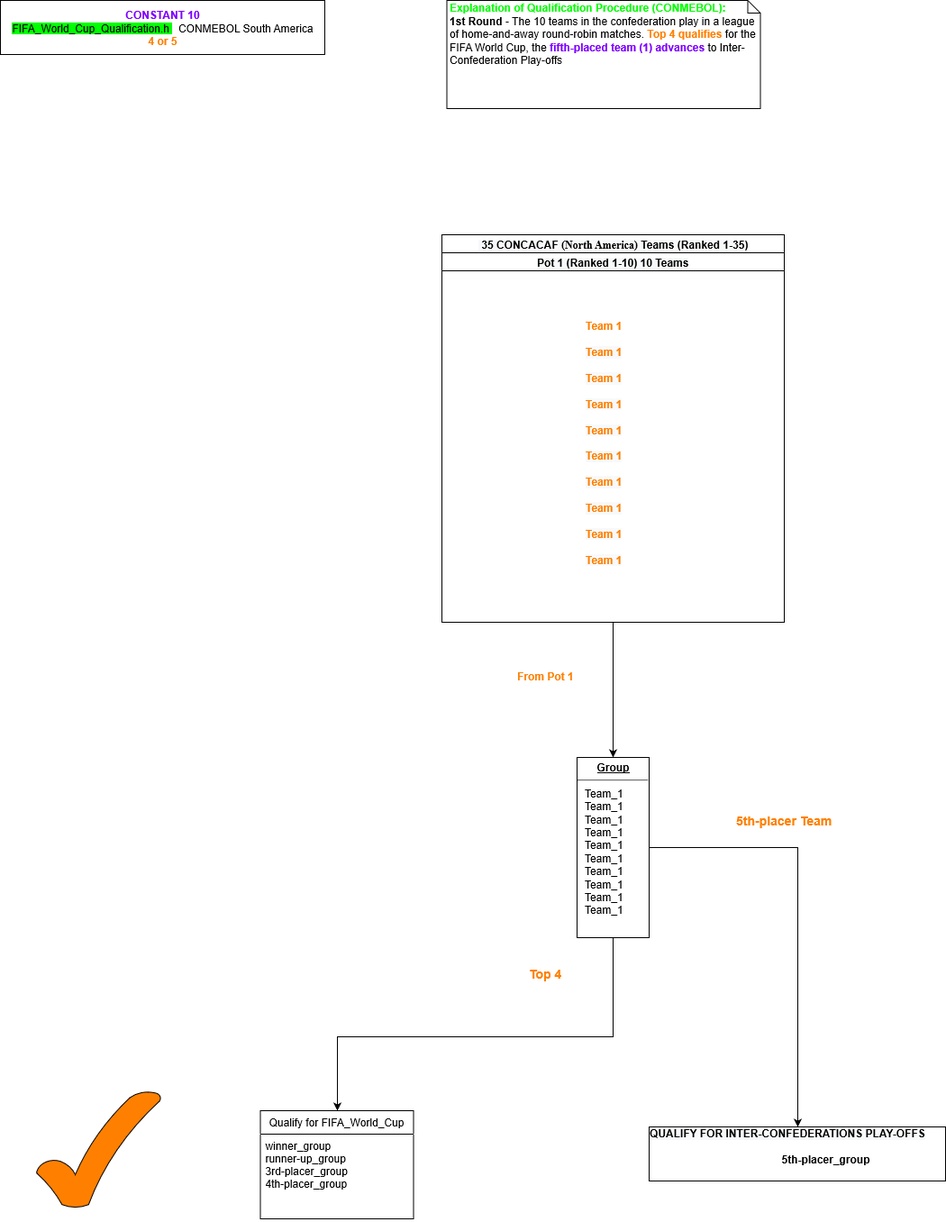
Before: Desing/League.h-FIFA_World_Cup_Qualification CONMEBOL (South America).png, a diagram exported from draw.io (narekzamanyan97/League). Source tidied: cells renumbered, new cells last; positions are measured from the earlier drawing's top-left corner, leaving out a move shared by most shapes.
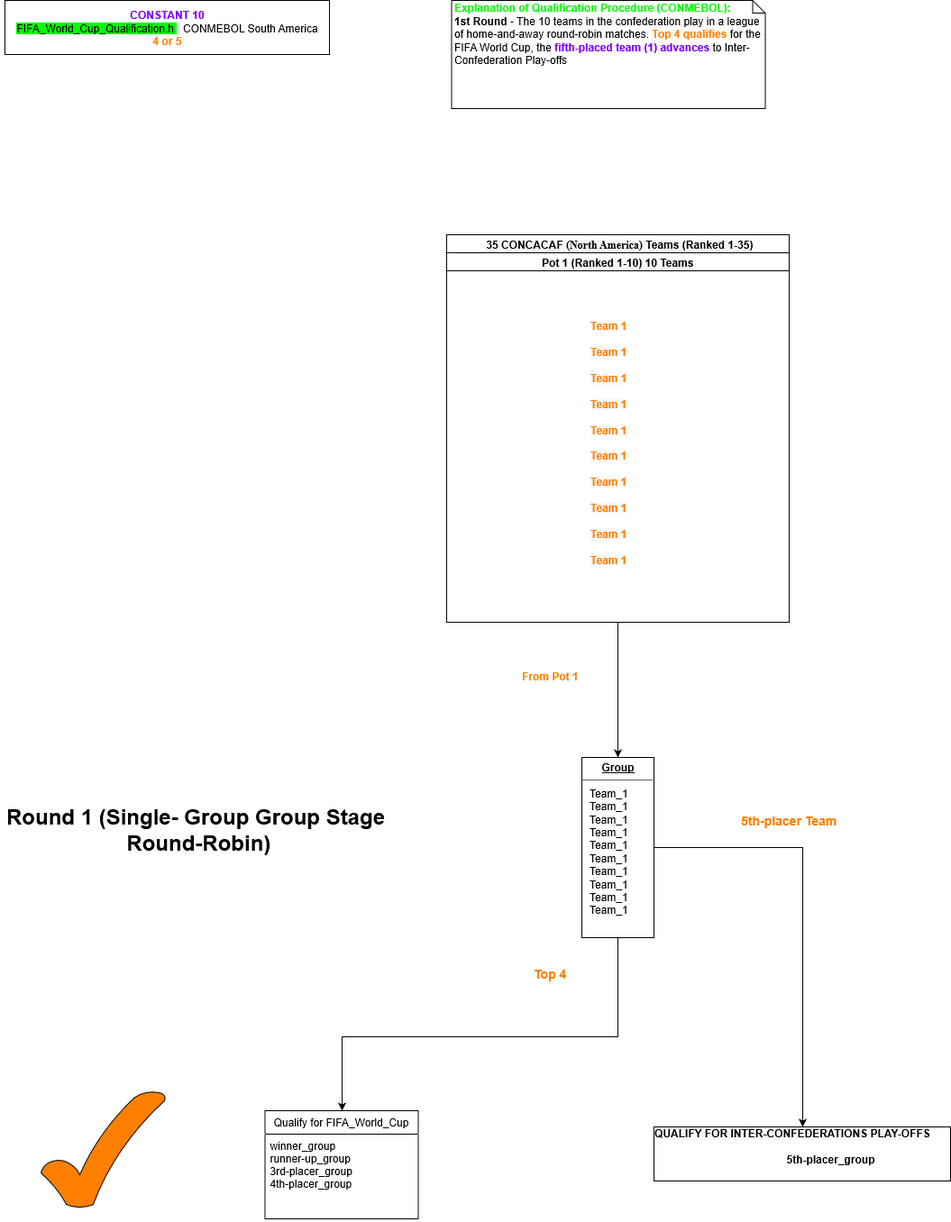
The same file after the commit.

The edit, as a diff of the source:
```diff
@@ -59,5 +59,8 @@
     <mxCell id="17" value="&lt;b&gt;&lt;font color=&quot;#ff8000&quot; style=&quot;font-size: 14px&quot;&gt;5th-placer Team&lt;/font&gt;&lt;/b&gt;" style="text;html=1;align=center;verticalAlign=middle;" parent="1" vertex="1">
       <mxGeometry x="810" y="900" width="120" height="20" as="geometry" />
     </mxCell>
+    <mxCell id="18" value="&lt;b&gt;&lt;font style=&quot;font-size: 24px&quot;&gt;Round 1 (Single- Group Group Stage&amp;nbsp;&lt;br&gt;Round-Robin)&lt;/font&gt;&lt;/b&gt;" style="text;html=1;align=center;verticalAlign=middle;" parent="1" vertex="1">
+      <mxGeometry x="-5" y="900" width="440" height="40" as="geometry" />
+    </mxCell>
   </root>
 </mxGraphModel>
```
